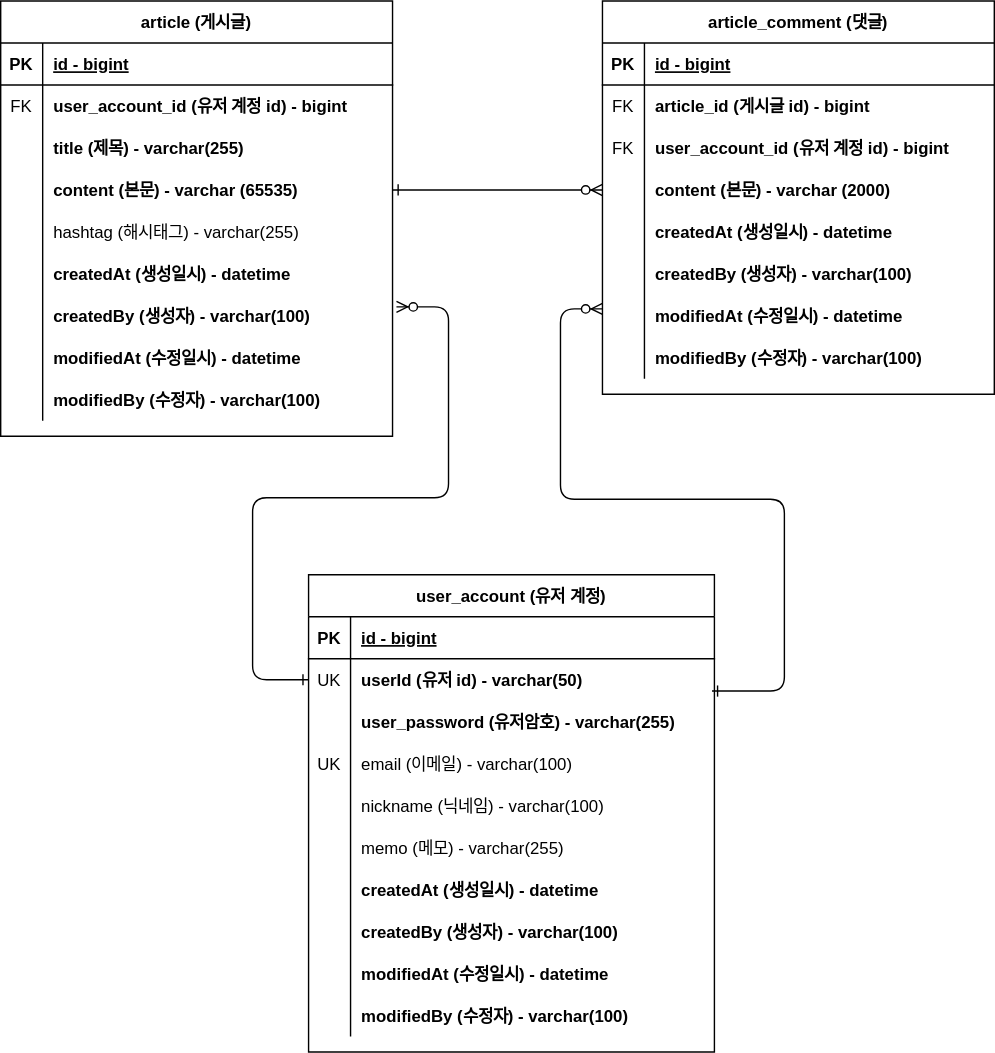
nataliekmkim/fastcampus-project-board keeps this draw.io diagram as fastcampus-project-board/document/project-board-erd.svg. Above is the earlier version. Source tidied: cells renumbered, new cells last; positions are measured from the earlier drawing's top-left corner, leaving out a move shared by most shapes.
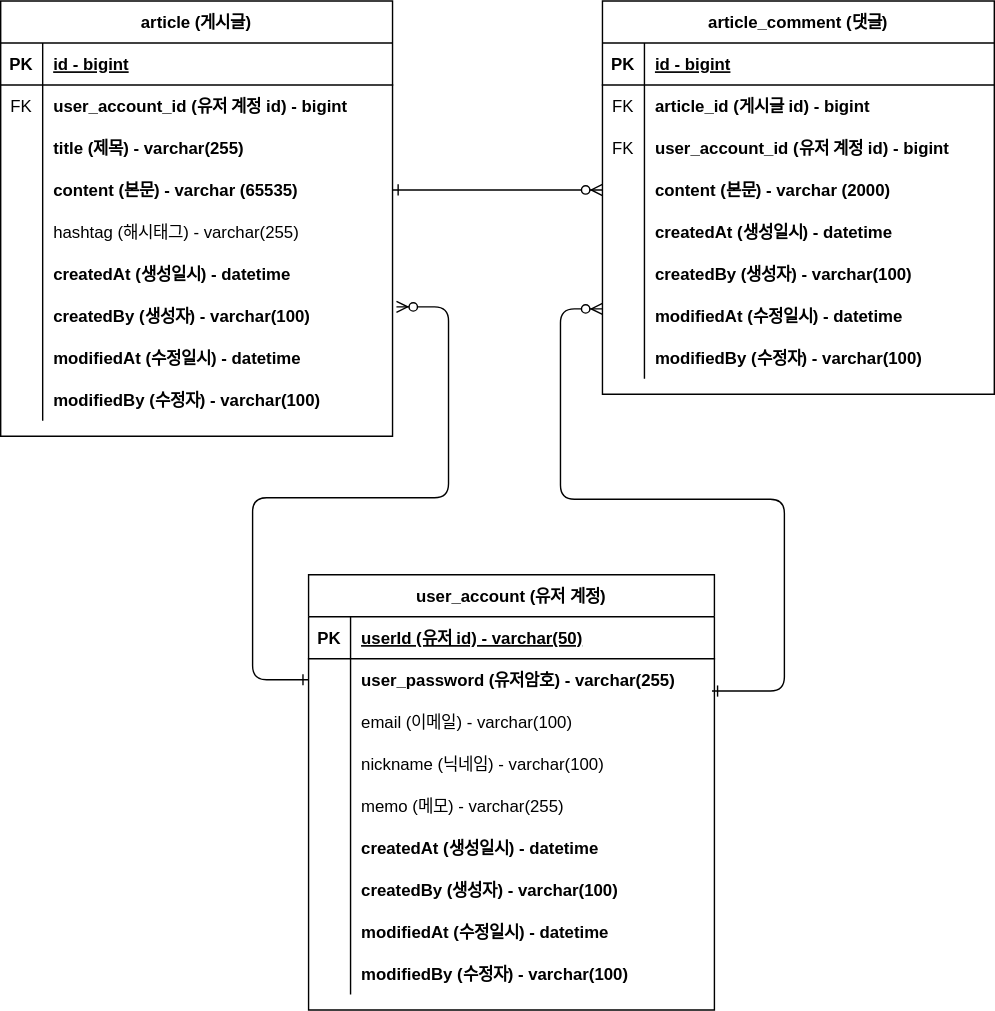
The same file after the commit.

Commit message:
#36 - ERD 문서 수정:회원계정 user_id를 PK로 변경

The edit, as a diff of the source:
```diff
@@ -165,7 +165,7 @@
       <mxGeometry x="30" width="250" height="30" as="geometry" />
     </mxCell>
     <mxCell id="56" value="user_account (유저 계정)" style="shape=table;startSize=30;rowLines=0;fontStyle=1;align=center;" parent="1" vertex="1">
-      <mxGeometry x="220" y="410" width="290" height="341" as="geometry" />
+      <mxGeometry x="220" y="410" width="290" height="311" as="geometry" />
     </mxCell>
     <mxCell id="57" style="shape=partialRectangle;fillColor=none;top=0;left=0;right=0;bottom=1;" parent="56" vertex="1">
       <mxGeometry y="30" width="290" height="30" as="geometry" />
@@ -173,20 +173,11 @@
     <mxCell id="58" value="PK" style="shape=partialRectangle;overflow=hidden;fillColor=none;top=0;left=0;bottom=0;right=0;fontStyle=1;" parent="57" vertex="1">
       <mxGeometry width="30" height="30" as="geometry" />
     </mxCell>
-    <mxCell id="59" value="id - bigint" style="shape=partialRectangle;overflow=hidden;fillColor=none;top=0;left=0;bottom=0;right=0;align=left;spacingLeft=6;fontStyle=5;" parent="57" vertex="1">
+    <mxCell id="59" value="userId (유저 id) - varchar(50)" style="shape=partialRectangle;overflow=hidden;fillColor=none;top=0;left=0;bottom=0;right=0;align=left;spacingLeft=6;fontStyle=5;" parent="57" vertex="1">
       <mxGeometry x="30" width="260" height="30" as="geometry" />
     </mxCell>
-    <mxCell id="60" style="shape=partialRectangle;fillColor=none;points=[[0,0.5],[1,0.5]];portConstraint=eastwest;top=0;left=0;right=0;bottom=0;" parent="56" vertex="1">
-      <mxGeometry y="60" width="290" height="30" as="geometry" />
-    </mxCell>
-    <mxCell id="61" value="UK" style="shape=partialRectangle;overflow=hidden;fillColor=none;top=0;left=0;bottom=0;right=0;" parent="60" vertex="1">
-      <mxGeometry width="30" height="30" as="geometry" />
-    </mxCell>
-    <mxCell id="62" value="userId (유저 id) - varchar(50)" style="shape=partialRectangle;overflow=hidden;fillColor=none;top=0;left=0;bottom=0;right=0;align=left;spacingLeft=6;fontStyle=1;" parent="60" vertex="1">
-      <mxGeometry x="30" width="260" height="30" as="geometry" />
-    </mxCell>
     <mxCell id="63" style="shape=partialRectangle;fillColor=none;top=0;left=0;right=0;bottom=0;" parent="56" vertex="1">
-      <mxGeometry y="90" width="290" height="30" as="geometry" />
+      <mxGeometry y="60" width="290" height="30" as="geometry" />
     </mxCell>
     <mxCell id="64" style="shape=partialRectangle;overflow=hidden;fillColor=none;top=0;left=0;bottom=0;right=0;" parent="63" vertex="1">
       <mxGeometry width="30" height="30" as="geometry" />
@@ -195,16 +186,16 @@
       <mxGeometry x="30" width="260" height="30" as="geometry" />
     </mxCell>
     <mxCell id="66" style="shape=partialRectangle;fillColor=none;top=0;left=0;right=0;bottom=0;" parent="56" vertex="1">
-      <mxGeometry y="120" width="290" height="30" as="geometry" />
+      <mxGeometry y="90" width="290" height="30" as="geometry" />
     </mxCell>
-    <mxCell id="67" value="UK" style="shape=partialRectangle;overflow=hidden;fillColor=none;top=0;left=0;bottom=0;right=0;" parent="66" vertex="1">
+    <mxCell id="67" style="shape=partialRectangle;overflow=hidden;fillColor=none;top=0;left=0;bottom=0;right=0;" parent="66" vertex="1">
       <mxGeometry width="30" height="30" as="geometry" />
     </mxCell>
     <mxCell id="68" value="email (이메일) - varchar(100)" style="shape=partialRectangle;overflow=hidden;fillColor=none;top=0;left=0;bottom=0;right=0;align=left;spacingLeft=6;fontStyle=0;" parent="66" vertex="1">
       <mxGeometry x="30" width="260" height="30" as="geometry" />
     </mxCell>
     <mxCell id="69" style="shape=partialRectangle;fillColor=none;top=0;left=0;right=0;bottom=0;" parent="56" vertex="1">
-      <mxGeometry y="150" width="290" height="30" as="geometry" />
+      <mxGeometry y="120" width="290" height="30" as="geometry" />
     </mxCell>
     <mxCell id="70" style="shape=partialRectangle;overflow=hidden;fillColor=none;top=0;left=0;bottom=0;right=0;" parent="69" vertex="1">
       <mxGeometry width="30" height="30" as="geometry" />
@@ -213,7 +204,7 @@
       <mxGeometry x="30" width="260" height="30" as="geometry" />
     </mxCell>
     <mxCell id="72" style="shape=partialRectangle;fillColor=none;top=0;left=0;right=0;bottom=0;" parent="56" vertex="1">
-      <mxGeometry y="180" width="290" height="30" as="geometry" />
+      <mxGeometry y="150" width="290" height="30" as="geometry" />
     </mxCell>
     <mxCell id="73" style="shape=partialRectangle;overflow=hidden;fillColor=none;top=0;left=0;bottom=0;right=0;" parent="72" vertex="1">
       <mxGeometry width="30" height="30" as="geometry" />
@@ -222,7 +213,7 @@
       <mxGeometry x="30" width="260" height="30" as="geometry" />
     </mxCell>
     <mxCell id="75" style="shape=partialRectangle;fillColor=none;top=0;left=0;right=0;bottom=0;" parent="56" vertex="1">
-      <mxGeometry y="210" width="290" height="30" as="geometry" />
+      <mxGeometry y="180" width="290" height="30" as="geometry" />
     </mxCell>
     <mxCell id="76" style="shape=partialRectangle;overflow=hidden;fillColor=none;top=0;left=0;bottom=0;right=0;" parent="75" vertex="1">
       <mxGeometry width="30" height="30" as="geometry" />
@@ -231,7 +222,7 @@
       <mxGeometry x="30" width="260" height="30" as="geometry" />
     </mxCell>
     <mxCell id="78" style="shape=partialRectangle;fillColor=none;top=0;left=0;right=0;bottom=0;" parent="56" vertex="1">
-      <mxGeometry y="240" width="290" height="30" as="geometry" />
+      <mxGeometry y="210" width="290" height="30" as="geometry" />
     </mxCell>
     <mxCell id="79" style="shape=partialRectangle;overflow=hidden;fillColor=none;top=0;left=0;bottom=0;right=0;" parent="78" vertex="1">
       <mxGeometry width="30" height="30" as="geometry" />
@@ -240,7 +231,7 @@
       <mxGeometry x="30" width="260" height="30" as="geometry" />
     </mxCell>
     <mxCell id="81" style="shape=partialRectangle;fillColor=none;top=0;left=0;right=0;bottom=0;" parent="56" vertex="1">
-      <mxGeometry y="270" width="290" height="30" as="geometry" />
+      <mxGeometry y="240" width="290" height="30" as="geometry" />
     </mxCell>
     <mxCell id="82" style="shape=partialRectangle;overflow=hidden;fillColor=none;top=0;left=0;bottom=0;right=0;" parent="81" vertex="1">
       <mxGeometry width="30" height="30" as="geometry" />
@@ -249,7 +240,7 @@
       <mxGeometry x="30" width="260" height="30" as="geometry" />
     </mxCell>
     <mxCell id="84" style="shape=partialRectangle;fillColor=none;top=0;left=0;right=0;bottom=0;" parent="56" vertex="1">
-      <mxGeometry y="300" width="290" height="30" as="geometry" />
+      <mxGeometry y="270" width="290" height="30" as="geometry" />
     </mxCell>
     <mxCell id="85" style="shape=partialRectangle;overflow=hidden;fillColor=none;top=0;left=0;bottom=0;right=0;" parent="84" vertex="1">
       <mxGeometry width="30" height="30" as="geometry" />
@@ -257,8 +248,9 @@
     <mxCell id="86" value="modifiedBy (수정자) - varchar(100)" style="shape=partialRectangle;overflow=hidden;fillColor=none;top=0;left=0;bottom=0;right=0;align=left;spacingLeft=6;fontStyle=1;" parent="84" vertex="1">
       <mxGeometry x="30" width="260" height="30" as="geometry" />
     </mxCell>
-    <mxCell id="87" style="edgeStyle=orthogonalEdgeStyle;endArrow=ERzeroToMany;startArrow=ERone;endFill=1;startFill=0;exitX=0;exitY=0.5;exitDx=0;exitDy=0;entryX=1.01;entryY=0.285;entryDx=0;entryDy=0;entryPerimeter=0;elbow=vertical;" parent="1" edge="1" source="60" target="22">
+    <mxCell id="87" style="edgeStyle=orthogonalEdgeStyle;endArrow=ERzeroToMany;startArrow=ERone;endFill=1;startFill=0;exitX=0;exitY=0.5;exitDx=0;exitDy=0;entryX=1.01;entryY=0.285;entryDx=0;entryDy=0;entryPerimeter=0;elbow=vertical;" parent="1" edge="1" target="22">
       <mxGeometry relative="1" as="geometry">
+        <mxPoint x="220" y="485" as="sourcePoint" />
         <Array as="points">
           <mxPoint x="180" y="485" />
           <mxPoint x="180" y="355" />
```
